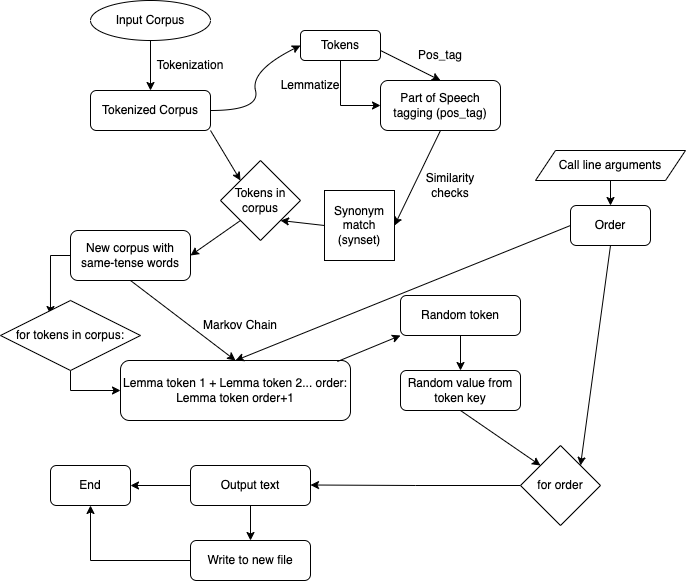
This is Flowchart.drawio.png from zifuyang/Natural-Language-Processing, a draw.io export, as it was before one commit. Source tidied: cells renumbered, new cells last; positions are measured from the earlier drawing's top-left corner, leaving out a move shared by most shapes.
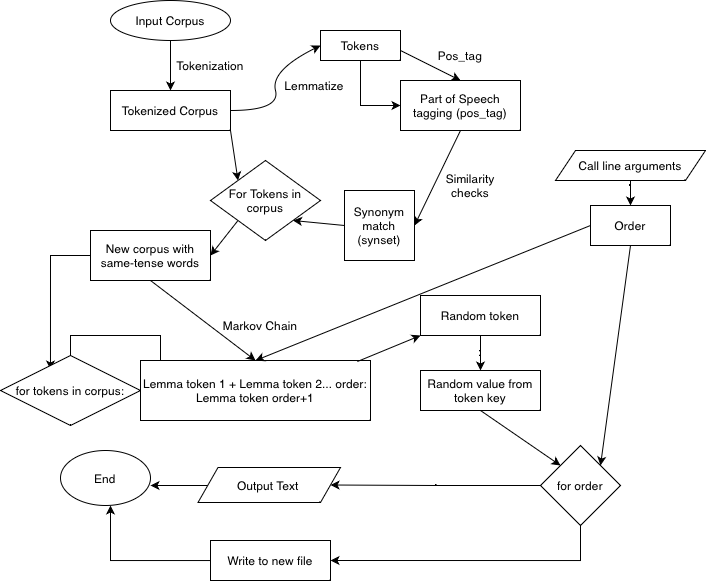
After the commit.

What changed in the source:
```diff
@@ -10,16 +10,16 @@
     <mxCell id="3" value="Input Corpus" style="ellipse;whiteSpace=wrap;html=1;" parent="1" vertex="1">
       <mxGeometry x="90" width="120" height="40" as="geometry" />
     </mxCell>
-    <mxCell id="4" value="Tokenized Corpus" style="rounded=1;whiteSpace=wrap;html=1;" parent="1" vertex="1">
+    <mxCell id="4" value="Tokenized Corpus" style="rounded=0;whiteSpace=wrap;html=1;" parent="1" vertex="1">
       <mxGeometry x="90" y="90" width="120" height="40" as="geometry" />
     </mxCell>
     <mxCell id="5" style="edgeStyle=orthogonalEdgeStyle;rounded=0;jettySize=auto;html=1;exitX=0.5;exitY=1;exitDx=0;exitDy=0;entryX=0;entryY=0.5;entryDx=0;entryDy=0;" parent="1" edge="1" source="6" target="7">
       <mxGeometry relative="1" as="geometry" />
     </mxCell>
-    <mxCell id="6" value="Tokens" style="rounded=1;whiteSpace=wrap;html=1;" parent="1" vertex="1">
+    <mxCell id="6" value="Tokens" style="rounded=0;whiteSpace=wrap;html=1;" parent="1" vertex="1">
       <mxGeometry x="300" y="30" width="80" height="30" as="geometry" />
     </mxCell>
-    <mxCell id="7" value="Part of Speech tagging (pos_tag)" style="rounded=1;whiteSpace=wrap;html=1;" parent="1" vertex="1">
+    <mxCell id="7" value="Part of Speech tagging (pos_tag)" style="rounded=0;whiteSpace=wrap;html=1;" parent="1" vertex="1">
       <mxGeometry x="380" y="80" width="120" height="50" as="geometry" />
     </mxCell>
     <mxCell id="8" style="curved=1;endArrow=classic;html=1;rounded=0;entryX=0;entryY=0.5;entryDx=0;entryDy=0;" parent="1" edge="1" target="6">
@@ -40,18 +40,18 @@
       </mxGeometry>
     </mxCell>
     <mxCell id="11" value="Lemmatize" style="text;html=1;strokeColor=none;fillColor=none;align=center;verticalAlign=middle;whiteSpace=wrap;rounded=0;" parent="1" vertex="1">
-      <mxGeometry x="280" y="70" width="60" height="30" as="geometry" />
+      <mxGeometry x="264" y="70" width="60" height="30" as="geometry" />
     </mxCell>
     <mxCell id="12" value="Pos_tag" style="text;html=1;strokeColor=none;fillColor=none;align=center;verticalAlign=middle;whiteSpace=wrap;rounded=0;" parent="1" vertex="1">
       <mxGeometry x="410" y="40" width="60" height="30" as="geometry" />
     </mxCell>
-    <mxCell id="13" value="Tokens in corpus" style="rhombus;whiteSpace=wrap;html=1;" parent="1" vertex="1">
-      <mxGeometry x="220" y="160" width="80" height="80" as="geometry" />
+    <mxCell id="13" value="For Tokens in corpus" style="rhombus;whiteSpace=wrap;html=1;" parent="1" vertex="1">
+      <mxGeometry x="190" y="160" width="110" height="80" as="geometry" />
     </mxCell>
     <mxCell id="14" style="endArrow=classic;html=1;rounded=0;entryX=0;entryY=0;entryDx=0;entryDy=0;exitX=1;exitY=1;exitDx=0;exitDy=0;" parent="1" edge="1" source="4" target="13">
       <mxGeometry relative="1" as="geometry" />
     </mxCell>
-    <mxCell id="15" value="Synonym match (synset)" style="whiteSpace=wrap;html=1;" parent="1" vertex="1">
+    <mxCell id="15" value="Synonym match (synset)" style="whiteSpace=wrap;html=1;rounded=0;" parent="1" vertex="1">
       <mxGeometry x="324" y="190" width="70" height="70" as="geometry" />
     </mxCell>
     <mxCell id="16" style="endArrow=classic;html=1;rounded=0;entryX=1;entryY=0.5;entryDx=0;entryDy=0;exitX=0.5;exitY=1;exitDx=0;exitDy=0;" parent="1" edge="1" source="7" target="15">
@@ -69,16 +69,16 @@
     <mxCell id="20" style="edgeStyle=orthogonalEdgeStyle;rounded=0;jettySize=auto;html=1;exitX=0;exitY=0.5;exitDx=0;exitDy=0;entryX=0.357;entryY=0.2;entryDx=0;entryDy=0;entryPerimeter=0;" parent="1" edge="1" source="21" target="23">
       <mxGeometry relative="1" as="geometry" />
     </mxCell>
-    <mxCell id="21" value="New corpus with same-tense words" style="rounded=1;whiteSpace=wrap;html=1;" parent="1" vertex="1">
+    <mxCell id="21" value="New corpus with same-tense words" style="rounded=0;whiteSpace=wrap;html=1;" parent="1" vertex="1">
       <mxGeometry x="70" y="230" width="120" height="50" as="geometry" />
     </mxCell>
     <mxCell id="22" style="edgeStyle=orthogonalEdgeStyle;rounded=0;jettySize=auto;html=1;entryX=0;entryY=0.5;entryDx=0;entryDy=0;" parent="1" edge="1" source="23" target="24">
       <mxGeometry relative="1" as="geometry" />
     </mxCell>
     <mxCell id="23" value="for tokens in corpus:" style="rhombus;whiteSpace=wrap;html=1;" parent="1" vertex="1">
-      <mxGeometry y="300" width="140" height="70" as="geometry" />
+      <mxGeometry x="-20" y="355" width="140" height="70" as="geometry" />
     </mxCell>
-    <mxCell id="24" value="Lemma token 1 + Lemma token 2... order: Lemma token order+1" style="rounded=1;whiteSpace=wrap;html=1;" parent="1" vertex="1">
+    <mxCell id="24" value="Lemma token 1 + Lemma token 2... order: Lemma token order+1" style="rounded=0;whiteSpace=wrap;html=1;" parent="1" vertex="1">
       <mxGeometry x="120" y="360" width="230" height="60" as="geometry" />
     </mxCell>
     <mxCell id="25" style="endArrow=classic;html=1;rounded=0;exitX=0.5;exitY=1;exitDx=0;exitDy=0;entryX=0.5;entryY=0;entryDx=0;entryDy=0;" parent="1" edge="1" source="21" target="24">
@@ -90,13 +90,13 @@
     <mxCell id="27" style="edgeStyle=orthogonalEdgeStyle;rounded=0;jettySize=auto;html=1;entryX=0.5;entryY=0;entryDx=0;entryDy=0;" parent="1" edge="1" source="28" target="30">
       <mxGeometry relative="1" as="geometry" />
     </mxCell>
-    <mxCell id="28" value="Random token" style="rounded=1;whiteSpace=wrap;html=1;" parent="1" vertex="1">
+    <mxCell id="28" value="Random token" style="rounded=0;whiteSpace=wrap;html=1;" parent="1" vertex="1">
       <mxGeometry x="400" y="295" width="120" height="40" as="geometry" />
     </mxCell>
     <mxCell id="29" style="endArrow=classic;html=1;rounded=0;entryX=0;entryY=1;entryDx=0;entryDy=0;exitX=0.943;exitY=0.017;exitDx=0;exitDy=0;exitPerimeter=0;" parent="1" edge="1" source="24" target="28">
       <mxGeometry relative="1" as="geometry" />
     </mxCell>
-    <mxCell id="30" value="Random value from token key" style="rounded=1;whiteSpace=wrap;html=1;" parent="1" vertex="1">
+    <mxCell id="30" value="Random value from token key" style="rounded=0;whiteSpace=wrap;html=1;" parent="1" vertex="1">
       <mxGeometry x="400" y="370" width="120" height="40" as="geometry" />
     </mxCell>
     <mxCell id="31" style="edgeStyle=orthogonalEdgeStyle;rounded=0;jettySize=auto;html=1;" parent="1" edge="1" source="32">
@@ -107,29 +107,24 @@
     <mxCell id="32" value="for order" style="rhombus;whiteSpace=wrap;html=1;" parent="1" vertex="1">
       <mxGeometry x="520" y="445" width="80" height="80" as="geometry" />
     </mxCell>
-    <mxCell id="33" style="edgeStyle=orthogonalEdgeStyle;rounded=0;jettySize=auto;html=1;" parent="1" edge="1" source="35">
+    <mxCell id="33" style="edgeStyle=orthogonalEdgeStyle;rounded=0;orthogonalLoop=1;jettySize=auto;html=1;" parent="1" edge="1">
       <mxGeometry relative="1" as="geometry">
+        <mxPoint x="190" y="485" as="sourcePoint" />
         <mxPoint x="130" y="485" as="targetPoint" />
       </mxGeometry>
     </mxCell>
-    <mxCell id="34" style="edgeStyle=orthogonalEdgeStyle;rounded=0;jettySize=auto;html=1;" parent="1" edge="1" source="35">
-      <mxGeometry relative="1" as="geometry">
-        <mxPoint x="250" y="540" as="targetPoint" />
-      </mxGeometry>
+    <mxCell id="34" style="edgeStyle=orthogonalEdgeStyle;rounded=0;jettySize=auto;html=1;exitX=0.5;exitY=1;exitDx=0;exitDy=0;entryX=1;entryY=0.5;entryDx=0;entryDy=0;" parent="1" edge="1" source="32" target="38">
+      <mxGeometry relative="1" as="geometry" />
     </mxCell>
-    <mxCell id="35" value="Output text" style="rounded=1;whiteSpace=wrap;html=1;" parent="1" vertex="1">
-      <mxGeometry x="190" y="465" width="120" height="40" as="geometry" />
-    </mxCell>
-    <mxCell id="36" value="End" style="rounded=1;whiteSpace=wrap;html=1;" parent="1" vertex="1">
-      <mxGeometry x="50" y="465" width="80" height="40" as="geometry" />
-    </mxCell>
-    <mxCell id="37" style="edgeStyle=orthogonalEdgeStyle;rounded=0;jettySize=auto;html=1;entryX=0.5;entryY=1;entryDx=0;entryDy=0;" parent="1" edge="1" source="38" target="36">
-      <mxGeometry relative="1" as="geometry" />
+    <mxCell id="37" style="edgeStyle=orthogonalEdgeStyle;rounded=0;jettySize=auto;html=1;entryX=0.5;entryY=1;entryDx=0;entryDy=0;" parent="1" edge="1" source="38">
+      <mxGeometry relative="1" as="geometry">
+        <mxPoint x="90" y="505" as="targetPoint" />
+      </mxGeometry>
     </mxCell>
-    <mxCell id="38" value="Write to new file" style="rounded=1;whiteSpace=wrap;html=1;" parent="1" vertex="1">
+    <mxCell id="38" value="Write to new file" style="rounded=0;whiteSpace=wrap;html=1;" parent="1" vertex="1">
       <mxGeometry x="190" y="540" width="120" height="40" as="geometry" />
     </mxCell>
-    <mxCell id="39" value="Order" style="rounded=1;whiteSpace=wrap;html=1;" parent="1" vertex="1">
+    <mxCell id="39" value="Order" style="rounded=0;whiteSpace=wrap;html=1;" parent="1" vertex="1">
       <mxGeometry x="570" y="205" width="80" height="40" as="geometry" />
     </mxCell>
     <mxCell id="40" style="edgeStyle=orthogonalEdgeStyle;rounded=0;jettySize=auto;html=1;entryX=0.5;entryY=0;entryDx=0;entryDy=0;" parent="1" edge="1" source="41" target="39">
@@ -147,5 +142,11 @@
     <mxCell id="44" style="endArrow=classic;html=1;rounded=0;exitX=0.5;exitY=1;exitDx=0;exitDy=0;entryX=1;entryY=0;entryDx=0;entryDy=0;" parent="1" edge="1" source="39" target="32">
       <mxGeometry relative="1" as="geometry" />
     </mxCell>
+    <mxCell id="36" value="End" style="ellipse;whiteSpace=wrap;html=1;" parent="1" vertex="1">
+      <mxGeometry x="40" y="450" width="90" height="55" as="geometry" />
+    </mxCell>
+    <mxCell id="45" value="Output Text&amp;nbsp;" style="shape=parallelogram;perimeter=parallelogramPerimeter;whiteSpace=wrap;html=1;fixedSize=1;" parent="1" vertex="1">
+      <mxGeometry x="177.5" y="467" width="142.5" height="35" as="geometry" />
+    </mxCell>
   </root>
 </mxGraphModel>
```
